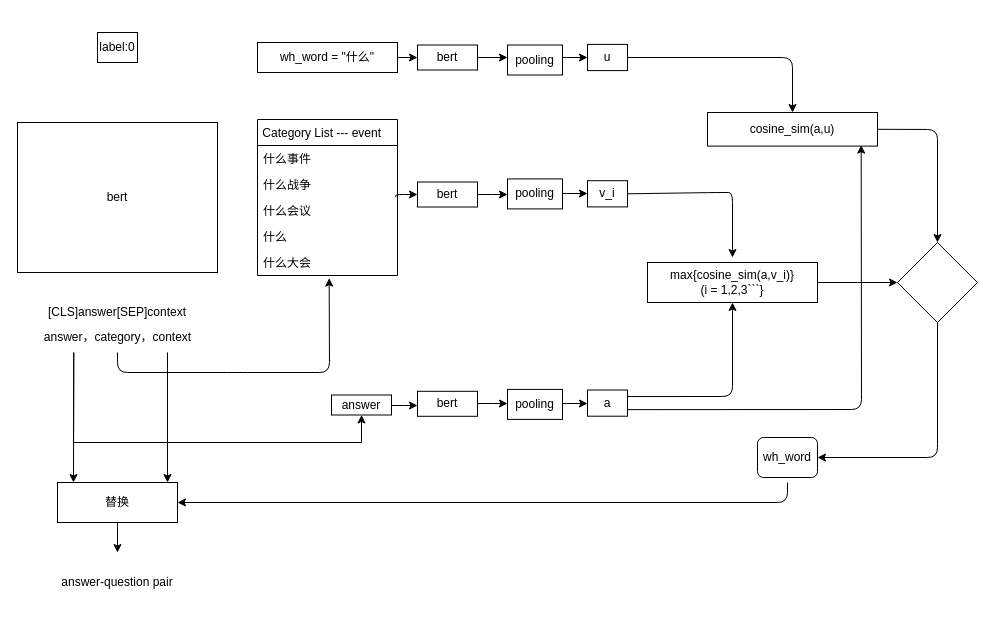
This is QAG.drawio from FantasyoO666/Multi_Model_Classification, a draw.io file, before an edit. Source tidied: cells renumbered, new cells numbered last; positions are measured from the earlier drawing's top-left corner, leaving out a move shared by most shapes. Both pictures are drawn from the tidied source at 100%, with x=0, y=0 at pixel (17, 32).
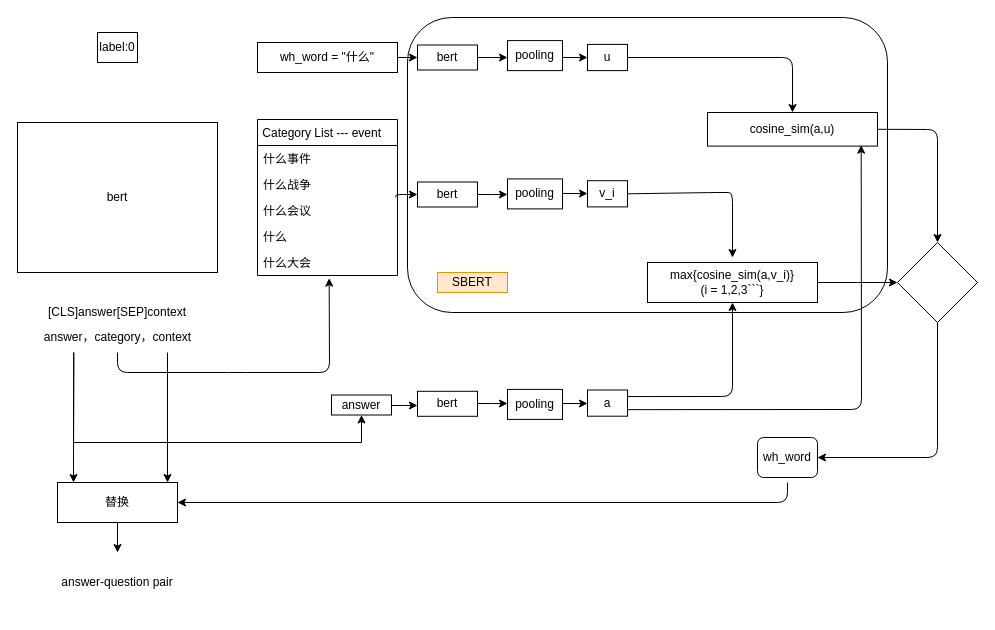
After the change.

Change to the diagram source:
```diff
@@
     <mxCell id="38" value="pooling" style="whiteSpace=wrap;html=1;rounded=0;" parent="1" vertex="1">
-      <mxGeometry x="490" y="12.5" width="55" height="30" as="geometry" />
+      <mxGeometry x="490" y="8.1" width="55" height="30" as="geometry" />
     </mxCell>
@@
+    <mxCell id="51" style="rounded=1;whiteSpace=wrap;html=1;fillColor=none;glass=1;" parent="1" vertex="1">
+      <mxGeometry x="390" y="-15" width="480" height="295" as="geometry" />
+    </mxCell>
+    <mxCell id="52" value="SBERT" style="text;html=1;strokeColor=#d79b00;fillColor=#ffe6cc;align=center;verticalAlign=middle;whiteSpace=wrap;rounded=0;glass=0;" parent="1" vertex="1">
+      <mxGeometry x="420" y="240" width="70" height="20" as="geometry" />
+    </mxCell>
```
